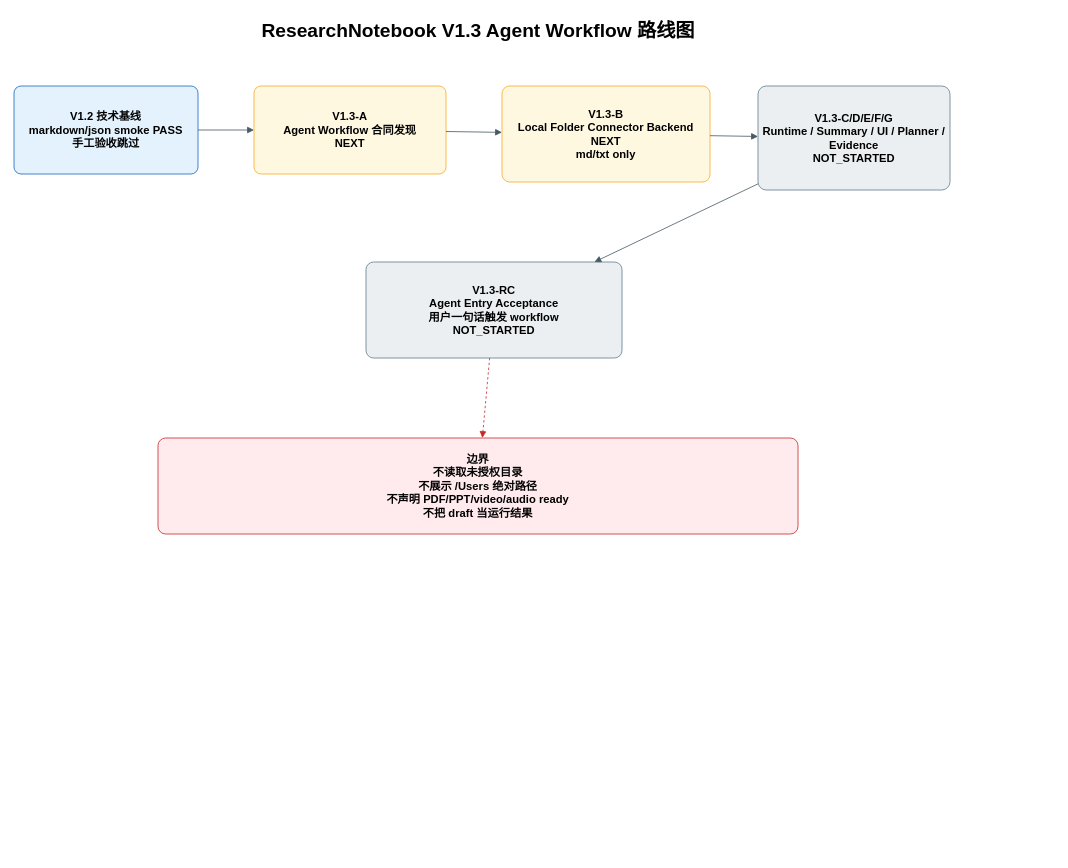
Above: research-notebook/docs/design/V1.3/v1_3_current_gap_analysis.drawio in ljx418/meeting-voice-assistant (draw.io), before the change. Source tidied: cells renumbered, new cells numbered last; positions are measured from the earlier drawing's top-left corner, leaving out a move shared by most shapes. Both pictures are drawn from the tidied source at 80%, with x=0, y=0 at pixel (14, 14).
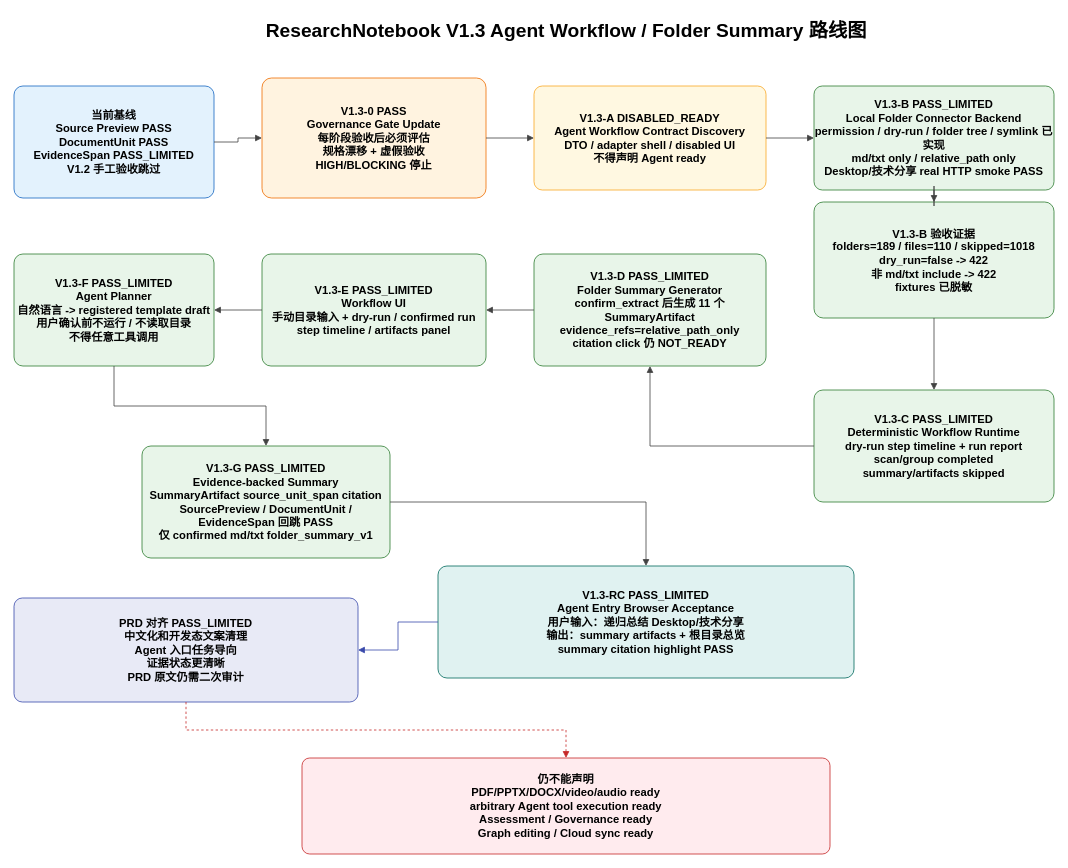
The same page after the edit.

The edit, as a diff of the source:
```diff
@@
-    <mxCell id="2" value="ResearchNotebook V1.3 Agent Workflow 路线图" style="text;html=1;strokeColor=none;fillColor=none;fontSize=24;fontStyle=1;align=center;" parent="1" vertex="1">
-      <mxGeometry x="220" width="720" height="40" as="geometry" />
+    <mxCell id="2" value="ResearchNotebook V1.3 Agent Workflow / Folder Summary 路线图" style="text;html=1;strokeColor=none;fillColor=none;fontSize=24;fontStyle=1;align=center;" parent="1" vertex="1">
+      <mxGeometry x="200" width="980" height="40" as="geometry" />
     </mxCell>
-    <mxCell id="3" value="V1.2 技术基线&#10;markdown/json smoke PASS&#10;手工验收跳过" style="rounded=1;whiteSpace=wrap;html=1;arcSize=8;fillColor=#E3F2FD;strokeColor=#1565C0;fontSize=14;fontStyle=1;" parent="1" vertex="1">
-      <mxGeometry y="90" width="230" height="110" as="geometry" />
-    </mxCell>
+    <mxCell id="14" value="当前基线&#10;Source Preview PASS&#10;DocumentUnit PASS&#10;EvidenceSpan PASS_LIMITED&#10;V1.2 手工验收跳过" style="rounded=1;whiteSpace=wrap;html=1;arcSize=8;fillColor=#E3F2FD;strokeColor=#1565C0;fontSize=14;fontStyle=1;" parent="1" vertex="1">
+      <mxGeometry y="90" width="250" height="140" as="geometry" />
+    </mxCell>
+    <mxCell id="15" value="V1.3-0 PASS&#10;Governance Gate Update&#10;每阶段验收后必须评估&#10;规格漂移 + 虚假验收&#10;HIGH/BLOCKING 停止" style="rounded=1;whiteSpace=wrap;html=1;arcSize=8;fillColor=#FFF3E0;strokeColor=#EF6C00;fontSize=14;fontStyle=1;" parent="1" vertex="1">
+      <mxGeometry x="310" y="80" width="280" height="150" as="geometry" />
+    </mxCell>
-    <mxCell id="4" value="V1.3-A&#10;Agent Workflow 合同发现&#10;NEXT" style="rounded=1;whiteSpace=wrap;html=1;arcSize=8;fillColor=#FFF8E1;strokeColor=#F9A825;fontSize=14;fontStyle=1;" parent="1" vertex="1">
-      <mxGeometry x="300" y="90" width="240" height="110" as="geometry" />
+    <mxCell id="4" value="V1.3-A DISABLED_READY&#10;Agent Workflow Contract Discovery&#10;DTO / adapter shell / disabled UI&#10;不得声明 Agent ready" style="rounded=1;whiteSpace=wrap;html=1;arcSize=8;fillColor=#FFF8E1;strokeColor=#F9A825;fontSize=14;fontStyle=1;" parent="1" vertex="1">
+      <mxGeometry x="650" y="90" width="290" height="130" as="geometry" />
     </mxCell>
-    <mxCell id="5" value="V1.3-B&#10;Local Folder Connector Backend&#10;NEXT&#10;md/txt only" style="rounded=1;whiteSpace=wrap;html=1;arcSize=8;fillColor=#FFF8E1;strokeColor=#F9A825;fontSize=14;fontStyle=1;" parent="1" vertex="1">
-      <mxGeometry x="610" y="90" width="260" height="120" as="geometry" />
+    <mxCell id="5" value="V1.3-B PASS_LIMITED&#10;Local Folder Connector Backend&#10;permission / dry-run / folder tree / symlink 已实现&#10;md/txt only / relative_path only&#10;Desktop/技术分享 real HTTP smoke PASS" style="rounded=1;whiteSpace=wrap;html=1;arcSize=8;fillColor=#E8F5E9;strokeColor=#2E7D32;fontSize=14;fontStyle=1;" parent="1" vertex="1">
+      <mxGeometry x="1000" y="90" width="300" height="130" as="geometry" />
     </mxCell>
+    <mxCell id="16" value="V1.3-B 验收证据&#10;folders=189 / files=110 / skipped=1018&#10;dry_run=false -&gt; 422&#10;非 md/txt include -&gt; 422&#10;fixtures 已脱敏" style="rounded=1;whiteSpace=wrap;html=1;arcSize=8;fillColor=#E8F5E9;strokeColor=#2E7D32;fontSize=14;fontStyle=1;" parent="1" vertex="1">
+      <mxGeometry x="1000" y="235" width="300" height="145" as="geometry" />
+    </mxCell>
-    <mxCell id="6" value="V1.3-C/D/E/F/G&#10;Runtime / Summary / UI / Planner / Evidence&#10;NOT_STARTED" style="rounded=1;whiteSpace=wrap;html=1;arcSize=8;fillColor=#ECEFF1;strokeColor=#607D8B;fontSize=14;fontStyle=1;" parent="1" vertex="1">
-      <mxGeometry x="930" y="90" width="240" height="130" as="geometry" />
+    <mxCell id="6" value="V1.3-C PASS_LIMITED&#10;Deterministic Workflow Runtime&#10;dry-run step timeline + run report&#10;scan/group completed&#10;summary/artifacts skipped" style="rounded=1;whiteSpace=wrap;html=1;arcSize=8;fillColor=#E8F5E9;strokeColor=#2E7D32;fontSize=14;fontStyle=1;" parent="1" vertex="1">
+      <mxGeometry x="1000" y="470" width="300" height="140" as="geometry" />
     </mxCell>
+    <mxCell id="17" value="V1.3-D PASS_LIMITED&#10;Folder Summary Generator&#10;confirm_extract 后生成 11 个 SummaryArtifact&#10;evidence_refs=relative_path_only&#10;citation click 仍 NOT_READY" style="rounded=1;whiteSpace=wrap;html=1;arcSize=8;fillColor=#E8F5E9;strokeColor=#2E7D32;fontSize=14;fontStyle=1;" parent="1" vertex="1">
+      <mxGeometry x="650" y="300" width="290" height="140" as="geometry" />
+    </mxCell>
+    <mxCell id="18" value="V1.3-E PASS_LIMITED&#10;Workflow UI&#10;手动目录输入 + dry-run / confirmed run&#10;step timeline / artifacts panel" style="rounded=1;whiteSpace=wrap;html=1;arcSize=8;fillColor=#E8F5E9;strokeColor=#2E7D32;fontSize=14;fontStyle=1;" parent="1" vertex="1">
+      <mxGeometry x="310" y="300" width="280" height="140" as="geometry" />
+    </mxCell>
+    <mxCell id="19" value="V1.3-F PASS_LIMITED&#10;Agent Planner&#10;自然语言 -&gt; registered template draft&#10;用户确认前不运行 / 不读取目录&#10;不得任意工具调用" style="rounded=1;whiteSpace=wrap;html=1;arcSize=8;fillColor=#E8F5E9;strokeColor=#2E7D32;fontSize=14;fontStyle=1;" parent="1" vertex="1">
+      <mxGeometry y="300" width="250" height="140" as="geometry" />
+    </mxCell>
+    <mxCell id="20" value="V1.3-G PASS_LIMITED&#10;Evidence-backed Summary&#10;SummaryArtifact source_unit_span citation&#10;SourcePreview / DocumentUnit / EvidenceSpan 回跳 PASS&#10;仅 confirmed md/txt folder_summary_v1" style="rounded=1;whiteSpace=wrap;html=1;arcSize=8;fillColor=#E8F5E9;strokeColor=#2E7D32;fontSize=14;fontStyle=1;" parent="1" vertex="1">
+      <mxGeometry x="160" y="540" width="310" height="140" as="geometry" />
+    </mxCell>
-    <mxCell id="7" value="V1.3-RC&#10;Agent Entry Acceptance&#10;用户一句话触发 workflow&#10;NOT_STARTED" style="rounded=1;whiteSpace=wrap;html=1;arcSize=8;fillColor=#ECEFF1;strokeColor=#607D8B;fontSize=14;fontStyle=1;" parent="1" vertex="1">
-      <mxGeometry x="440" y="310" width="320" height="120" as="geometry" />
+    <mxCell id="7" value="V1.3-RC PASS_LIMITED&#10;Agent Entry Browser Acceptance&#10;用户输入：递归总结 Desktop/技术分享&#10;输出：summary artifacts + 根目录总览&#10;summary citation highlight PASS" style="rounded=1;whiteSpace=wrap;html=1;arcSize=8;fillColor=#E0F2F1;strokeColor=#00695C;fontSize=14;fontStyle=1;" parent="1" vertex="1">
+      <mxGeometry x="530" y="690" width="520" height="140" as="geometry" />
     </mxCell>
-    <mxCell id="8" value="边界&#10;不读取未授权目录&#10;不展示 /Users 绝对路径&#10;不声明 PDF/PPT/video/audio ready&#10;不把 draft 当运行结果" style="rounded=1;whiteSpace=wrap;html=1;arcSize=8;fillColor=#FFEBEE;strokeColor=#C62828;fontSize=14;fontStyle=1;" parent="1" vertex="1">
-      <mxGeometry x="180" y="530" width="800" height="120" as="geometry" />
-    </mxCell>
-    <mxCell id="9" style="endArrow=block;html=1;strokeColor=#455A64;" parent="1" edge="1" source="3" target="4">
-      <mxGeometry relative="1" as="geometry" />
-    </mxCell>
+    <mxCell id="21" value="PRD 对齐 PASS_LIMITED&#10;中文化和开发态文案清理&#10;Agent 入口任务导向&#10;证据状态更清晰&#10;PRD 原文仍需二次审计" style="rounded=1;whiteSpace=wrap;html=1;arcSize=8;fillColor=#E8EAF6;strokeColor=#3949AB;fontSize=14;fontStyle=1;" parent="1" vertex="1">
+      <mxGeometry y="730" width="430" height="130" as="geometry" />
+    </mxCell>
+    <mxCell id="22" value="仍不能声明&#10;PDF/PPTX/DOCX/video/audio ready&#10;arbitrary Agent tool execution ready&#10;Assessment / Governance ready&#10;Graph editing / Cloud sync ready" style="rounded=1;whiteSpace=wrap;html=1;arcSize=8;fillColor=#FFEBEE;strokeColor=#C62828;fontSize=14;fontStyle=1;" parent="1" vertex="1">
+      <mxGeometry x="360" y="930" width="660" height="120" as="geometry" />
+    </mxCell>
+    <mxCell id="23" style="edgeStyle=orthogonalEdgeStyle;rounded=0;jettySize=auto;html=1;endArrow=block;strokeColor=#424242;" parent="1" edge="1" source="14" target="15">
+      <mxGeometry relative="1" as="geometry" />
+    </mxCell>
+    <mxCell id="24" style="edgeStyle=orthogonalEdgeStyle;rounded=0;jettySize=auto;html=1;endArrow=block;strokeColor=#424242;" parent="1" edge="1" source="15" target="4">
+      <mxGeometry relative="1" as="geometry" />
+    </mxCell>
-    <mxCell id="10" style="endArrow=block;html=1;strokeColor=#455A64;" parent="1" edge="1" source="4" target="5">
+    <mxCell id="10" style="edgeStyle=orthogonalEdgeStyle;rounded=0;jettySize=auto;html=1;endArrow=block;strokeColor=#424242;" parent="1" edge="1" source="4" target="5">
       <mxGeometry relative="1" as="geometry" />
     </mxCell>
-    <mxCell id="11" style="endArrow=block;html=1;strokeColor=#455A64;" parent="1" edge="1" source="5" target="6">
-      <mxGeometry relative="1" as="geometry" />
-    </mxCell>
-    <mxCell id="12" style="endArrow=block;html=1;strokeColor=#455A64;" parent="1" edge="1" source="6" target="7">
-      <mxGeometry relative="1" as="geometry" />
-    </mxCell>
-    <mxCell id="13" style="endArrow=block;html=1;dashed=1;strokeColor=#C62828;" parent="1" edge="1" source="7" target="8">
-      <mxGeometry relative="1" as="geometry" />
-    </mxCell>
+    <mxCell id="25" style="edgeStyle=orthogonalEdgeStyle;rounded=0;jettySize=auto;html=1;endArrow=block;strokeColor=#424242;" parent="1" edge="1" source="5" target="16">
+      <mxGeometry relative="1" as="geometry" />
+    </mxCell>
+    <mxCell id="26" style="edgeStyle=orthogonalEdgeStyle;rounded=0;jettySize=auto;html=1;endArrow=block;strokeColor=#424242;" parent="1" edge="1" source="16" target="6">
+      <mxGeometry relative="1" as="geometry" />
+    </mxCell>
+    <mxCell id="27" style="edgeStyle=orthogonalEdgeStyle;rounded=0;jettySize=auto;html=1;endArrow=block;strokeColor=#424242;" parent="1" edge="1" source="6" target="17">
+      <mxGeometry relative="1" as="geometry" />
+    </mxCell>
+    <mxCell id="28" style="edgeStyle=orthogonalEdgeStyle;rounded=0;jettySize=auto;html=1;endArrow=block;strokeColor=#424242;" parent="1" edge="1" source="17" target="18">
+      <mxGeometry relative="1" as="geometry" />
+    </mxCell>
+    <mxCell id="29" style="edgeStyle=orthogonalEdgeStyle;rounded=0;jettySize=auto;html=1;endArrow=block;strokeColor=#424242;" parent="1" edge="1" source="18" target="19">
+      <mxGeometry relative="1" as="geometry" />
+    </mxCell>
+    <mxCell id="30" style="edgeStyle=orthogonalEdgeStyle;rounded=0;jettySize=auto;html=1;endArrow=block;strokeColor=#424242;" parent="1" edge="1" source="19" target="20">
+      <mxGeometry relative="1" as="geometry" />
+    </mxCell>
+    <mxCell id="31" style="edgeStyle=orthogonalEdgeStyle;rounded=0;jettySize=auto;html=1;endArrow=block;strokeColor=#424242;" parent="1" edge="1" source="20" target="7">
+      <mxGeometry relative="1" as="geometry" />
+    </mxCell>
+    <mxCell id="32" style="edgeStyle=orthogonalEdgeStyle;rounded=0;jettySize=auto;html=1;endArrow=block;strokeColor=#3949AB;" parent="1" edge="1" source="7" target="21">
+      <mxGeometry relative="1" as="geometry" />
+    </mxCell>
+    <mxCell id="33" style="edgeStyle=orthogonalEdgeStyle;rounded=0;jettySize=auto;html=1;endArrow=block;dashed=1;strokeColor=#C62828;" parent="1" edge="1" source="21" target="22">
+      <mxGeometry relative="1" as="geometry" />
+    </mxCell>
```
